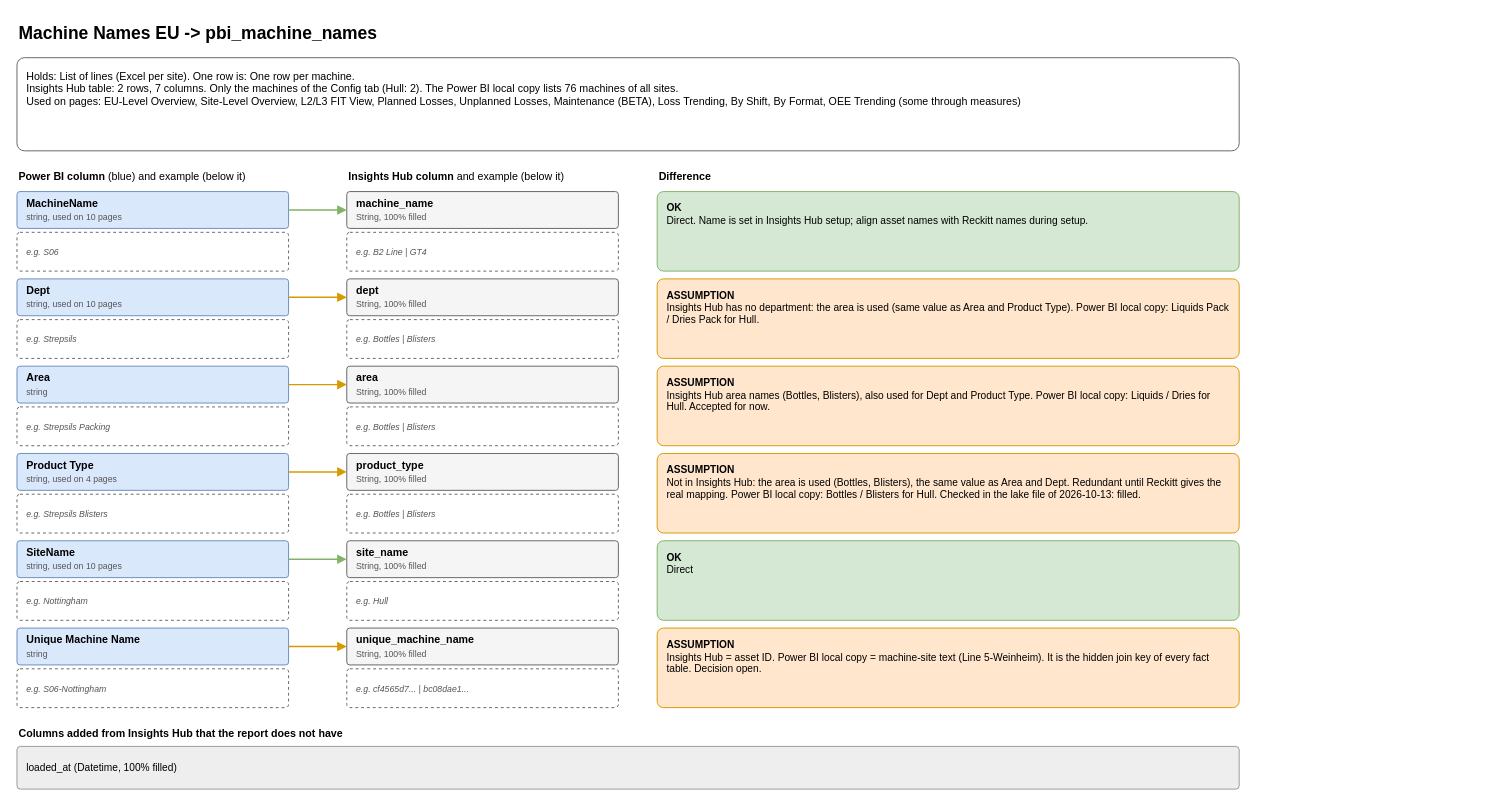
AbiyyuMufti/SIH-IBMX-R keeps this draw.io diagram as page "2 Machine Names EU" (2 of 8) of diagrams/powerbi-data-map.drawio. Above is the earlier version. Source tidied: cells renumbered, new cells numbered last; positions are measured from the earlier drawing's top-left corner, leaving out a move shared by most shapes. Both pictures are drawn from the tidied source at 97%, with x=0, y=0 at pixel (16, 16).
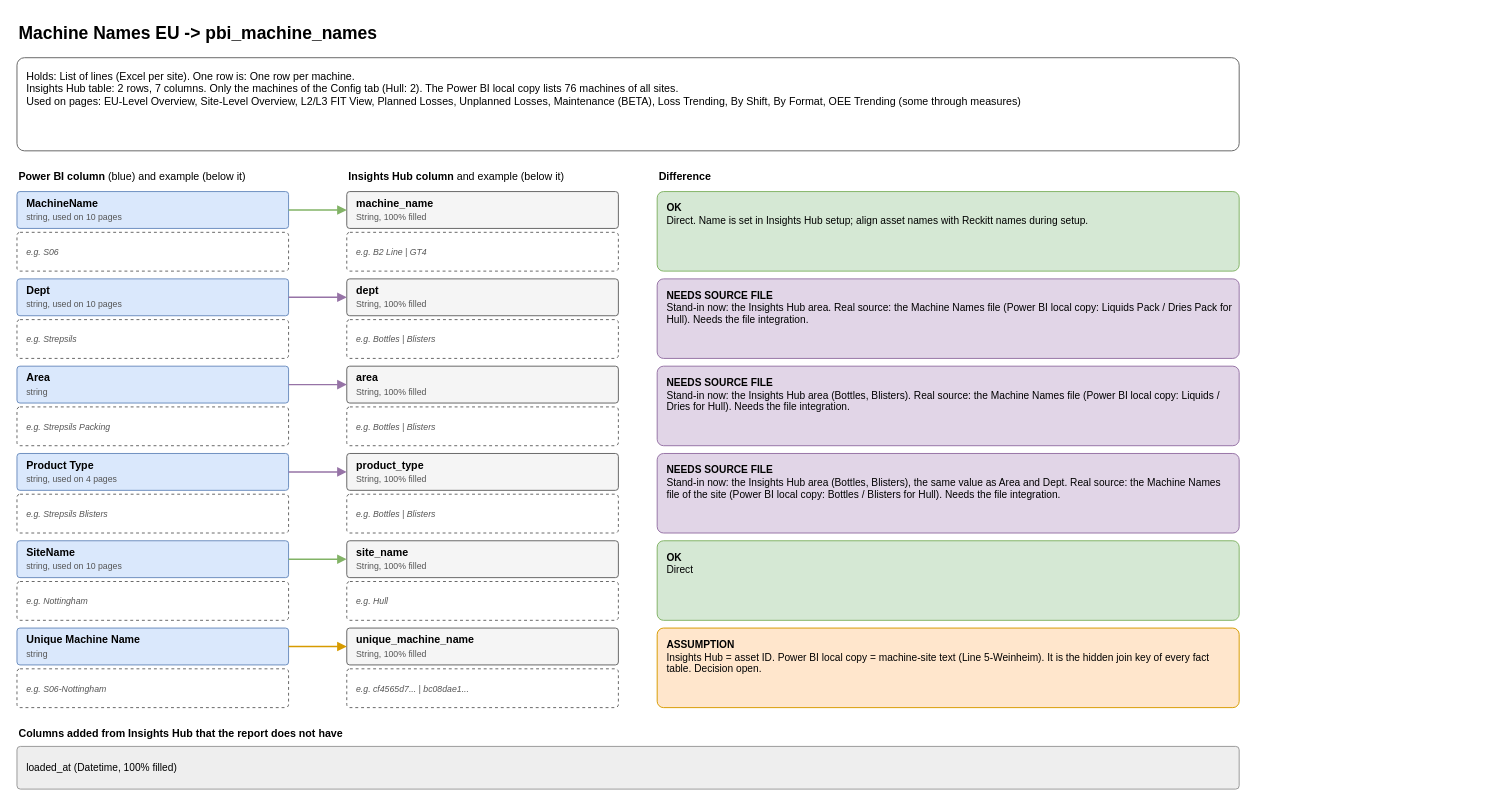
After the change.

Commit message (it also covers changes not shown here):
Diagram: purple 'needs source file' level; question list for the file integration

The change refers to these unchanged cells:
```xml
<mxCell id="13" value="&lt;b&gt;Dept&lt;/b&gt;&lt;br&gt;&lt;font style=&quot;font-size:9px&quot; color=&quot;#555555&quot;&gt;string, used on 10 pages&lt;/font&gt;" style="rounded=1;whiteSpace=wrap;html=1;align=left;verticalAlign=middle;spacingLeft=8;spacingRight=6;spacingTop=2;spacingBottom=2;fontSize=11;arcSize=8;fillColor=#dae8fc;strokeColor=#6c8ebf;" parent="1" vertex="1">
  <mxGeometry y="270" width="280" height="38" as="geometry" />
</mxCell>
<mxCell id="15" value="&lt;b&gt;dept&lt;/b&gt;&lt;br&gt;&lt;font style=&quot;font-size:9px&quot; color=&quot;#555555&quot;&gt;String, 100% filled&lt;/font&gt;" style="rounded=1;whiteSpace=wrap;html=1;align=left;verticalAlign=middle;spacingLeft=8;spacingRight=6;spacingTop=2;spacingBottom=2;fontSize=11;arcSize=8;fillColor=#f5f5f5;strokeColor=#666666;" parent="1" vertex="1">
  <mxGeometry x="340" y="270" width="280" height="38" as="geometry" />
</mxCell>
<mxCell id="19" value="&lt;b&gt;Area&lt;/b&gt;&lt;br&gt;&lt;font style=&quot;font-size:9px&quot; color=&quot;#555555&quot;&gt;string&lt;/font&gt;" style="rounded=1;whiteSpace=wrap;html=1;align=left;verticalAlign=middle;spacingLeft=8;spacingRight=6;spacingTop=2;spacingBottom=2;fontSize=11;arcSize=8;fillColor=#dae8fc;strokeColor=#6c8ebf;" parent="1" vertex="1">
  <mxGeometry y="360" width="280" height="38" as="geometry" />
</mxCell>
<mxCell id="21" value="&lt;b&gt;area&lt;/b&gt;&lt;br&gt;&lt;font style=&quot;font-size:9px&quot; color=&quot;#555555&quot;&gt;String, 100% filled&lt;/font&gt;" style="rounded=1;whiteSpace=wrap;html=1;align=left;verticalAlign=middle;spacingLeft=8;spacingRight=6;spacingTop=2;spacingBottom=2;fontSize=11;arcSize=8;fillColor=#f5f5f5;strokeColor=#666666;" parent="1" vertex="1">
  <mxGeometry x="340" y="360" width="280" height="38" as="geometry" />
</mxCell>
<mxCell id="25" value="&lt;b&gt;Product Type&lt;/b&gt;&lt;br&gt;&lt;font style=&quot;font-size:9px&quot; color=&quot;#555555&quot;&gt;string, used on 4 pages&lt;/font&gt;" style="rounded=1;whiteSpace=wrap;html=1;align=left;verticalAlign=middle;spacingLeft=8;spacingRight=6;spacingTop=2;spacingBottom=2;fontSize=11;arcSize=8;fillColor=#dae8fc;strokeColor=#6c8ebf;" parent="1" vertex="1">
  <mxGeometry y="450" width="280" height="38" as="geometry" />
</mxCell>
<mxCell id="27" value="&lt;b&gt;product_type&lt;/b&gt;&lt;br&gt;&lt;font style=&quot;font-size:9px&quot; color=&quot;#555555&quot;&gt;String, 100% filled&lt;/font&gt;" style="rounded=1;whiteSpace=wrap;html=1;align=left;verticalAlign=middle;spacingLeft=8;spacingRight=6;spacingTop=2;spacingBottom=2;fontSize=11;arcSize=8;fillColor=#f5f5f5;strokeColor=#666666;" parent="1" vertex="1">
  <mxGeometry x="340" y="450" width="280" height="38" as="geometry" />
</mxCell>
```

What changed in the source:
```diff
@@
-    <mxCell id="17" style="edgeStyle=orthogonalEdgeStyle;html=1;endArrow=block;endFill=1;strokeWidth=1.5;strokeColor=#d79b00;" parent="1" edge="1" source="13" target="15">
+    <mxCell id="17" style="edgeStyle=orthogonalEdgeStyle;html=1;endArrow=block;endFill=1;strokeWidth=1.5;strokeColor=#9673a6;" parent="1" edge="1" source="13" target="15">
       <mxGeometry relative="1" as="geometry" />
     </mxCell>
-    <mxCell id="18" value="&lt;b&gt;ASSUMPTION&lt;/b&gt;&lt;br&gt;Insights Hub has no department: the area is used (same value as Area and Product Type). Power BI local copy: Liquids Pack / Dries Pack for Hull." style="rounded=1;whiteSpace=wrap;html=1;align=left;verticalAlign=middle;spacingLeft=8;spacingRight=6;spacingTop=2;spacingBottom=2;fontSize=11;arcSize=8;fillColor=#ffe6cc;strokeColor=#d79b00;verticalAlign=top;spacingTop=4;fontSize=10.5;" parent="1" vertex="1">
+    <mxCell id="18" value="&lt;b&gt;NEEDS SOURCE FILE&lt;/b&gt;&lt;br&gt;Stand-in now: the Insights Hub area. Real source: the Machine Names file (Power BI local copy: Liquids Pack / Dries Pack for Hull). Needs the file integration." style="rounded=1;whiteSpace=wrap;html=1;align=left;verticalAlign=middle;spacingLeft=8;spacingRight=6;spacingTop=2;spacingBottom=2;fontSize=11;arcSize=8;fillColor=#e1d5e7;strokeColor=#9673a6;verticalAlign=top;spacingTop=4;fontSize=10.5;" parent="1" vertex="1">
       <mxGeometry x="660" y="270" width="600" height="82" as="geometry" />
     </mxCell>
@@
-    <mxCell id="23" style="edgeStyle=orthogonalEdgeStyle;html=1;endArrow=block;endFill=1;strokeWidth=1.5;strokeColor=#d79b00;" parent="1" edge="1" source="19" target="21">
+    <mxCell id="23" style="edgeStyle=orthogonalEdgeStyle;html=1;endArrow=block;endFill=1;strokeWidth=1.5;strokeColor=#9673a6;" parent="1" edge="1" source="19" target="21">
       <mxGeometry relative="1" as="geometry" />
     </mxCell>
-    <mxCell id="24" value="&lt;b&gt;ASSUMPTION&lt;/b&gt;&lt;br&gt;Insights Hub area names (Bottles, Blisters), also used for Dept and Product Type. Power BI local copy: Liquids / Dries for Hull. Accepted for now." style="rounded=1;whiteSpace=wrap;html=1;align=left;verticalAlign=middle;spacingLeft=8;spacingRight=6;spacingTop=2;spacingBottom=2;fontSize=11;arcSize=8;fillColor=#ffe6cc;strokeColor=#d79b00;verticalAlign=top;spacingTop=4;fontSize=10.5;" parent="1" vertex="1">
+    <mxCell id="24" value="&lt;b&gt;NEEDS SOURCE FILE&lt;/b&gt;&lt;br&gt;Stand-in now: the Insights Hub area (Bottles, Blisters). Real source: the Machine Names file (Power BI local copy: Liquids / Dries for Hull). Needs the file integration." style="rounded=1;whiteSpace=wrap;html=1;align=left;verticalAlign=middle;spacingLeft=8;spacingRight=6;spacingTop=2;spacingBottom=2;fontSize=11;arcSize=8;fillColor=#e1d5e7;strokeColor=#9673a6;verticalAlign=top;spacingTop=4;fontSize=10.5;" parent="1" vertex="1">
       <mxGeometry x="660" y="360" width="600" height="82" as="geometry" />
     </mxCell>
@@
-    <mxCell id="29" style="edgeStyle=orthogonalEdgeStyle;html=1;endArrow=block;endFill=1;strokeWidth=1.5;strokeColor=#d79b00;" parent="1" edge="1" source="25" target="27">
+    <mxCell id="29" style="edgeStyle=orthogonalEdgeStyle;html=1;endArrow=block;endFill=1;strokeWidth=1.5;strokeColor=#9673a6;" parent="1" edge="1" source="25" target="27">
       <mxGeometry relative="1" as="geometry" />
     </mxCell>
-    <mxCell id="30" value="&lt;b&gt;ASSUMPTION&lt;/b&gt;&lt;br&gt;Not in Insights Hub: the area is used (Bottles, Blisters), the same value as Area and Dept. Redundant until Reckitt gives the real mapping. Power BI local copy: Bottles / Blisters for Hull. Checked in the lake file of 2026-10-13: filled." style="rounded=1;whiteSpace=wrap;html=1;align=left;verticalAlign=middle;spacingLeft=8;spacingRight=6;spacingTop=2;spacingBottom=2;fontSize=11;arcSize=8;fillColor=#ffe6cc;strokeColor=#d79b00;verticalAlign=top;spacingTop=4;fontSize=10.5;" parent="1" vertex="1">
+    <mxCell id="30" value="&lt;b&gt;NEEDS SOURCE FILE&lt;/b&gt;&lt;br&gt;Stand-in now: the Insights Hub area (Bottles, Blisters), the same value as Area and Dept. Real source: the Machine Names file of the site (Power BI local copy: Bottles / Blisters for Hull). Needs the file integration." style="rounded=1;whiteSpace=wrap;html=1;align=left;verticalAlign=middle;spacingLeft=8;spacingRight=6;spacingTop=2;spacingBottom=2;fontSize=11;arcSize=8;fillColor=#e1d5e7;strokeColor=#9673a6;verticalAlign=top;spacingTop=4;fontSize=10.5;" parent="1" vertex="1">
       <mxGeometry x="660" y="450" width="600" height="82" as="geometry" />
     </mxCell>
```
